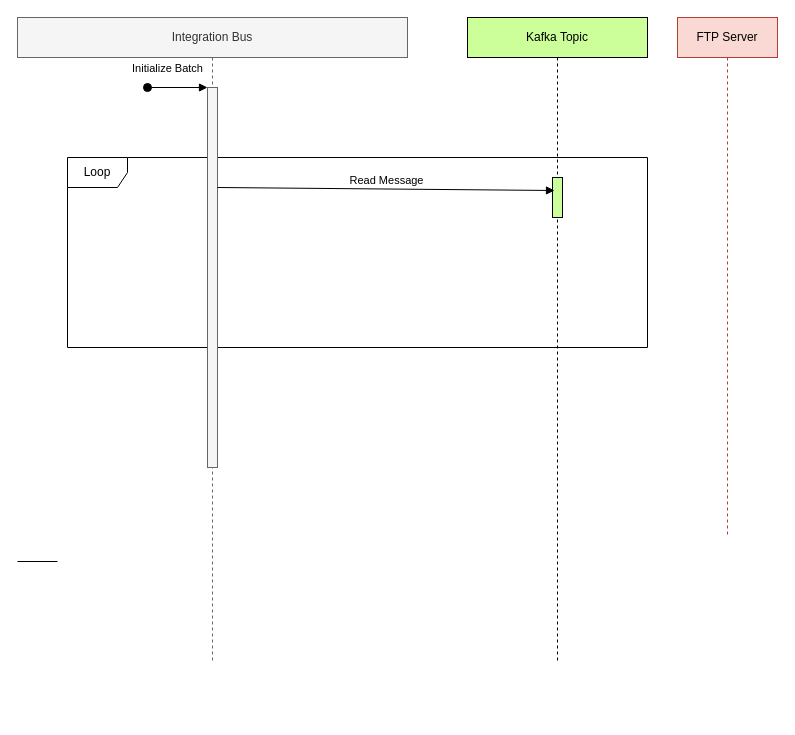
Before: page "KafkatoMainframe" (2 of 5) of Copy of sequence_diagram.drawio in div4u86/Sample, a draw.io diagram. Source tidied: cells renumbered, new cells numbered last; positions are measured from the earlier drawing's top-left corner, leaving out a move shared by most shapes. Both pictures are drawn from the tidied source at 100%, with x=0, y=0 at pixel (17, 17).
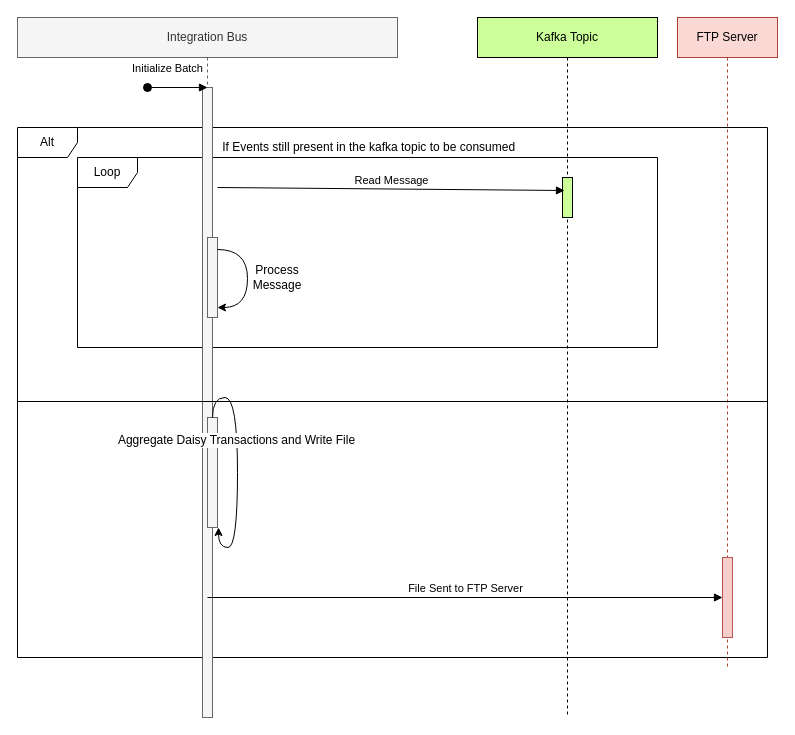
The same diagram, later.

What changed in the source:
```diff
@@
+    <mxCell id="11" value="Alt" style="shape=umlFrame;whiteSpace=wrap;html=1;" parent="1" vertex="1">
+      <mxGeometry y="110" width="750" height="530" as="geometry" />
+    </mxCell>
+    <mxCell id="5" value="FTP Server&lt;br&gt;" style="shape=umlLifeline;perimeter=lifelinePerimeter;whiteSpace=wrap;html=1;fillColor=#fad9d5;strokeColor=#ae4132;" parent="1" vertex="1">
+      <mxGeometry x="660" width="100" height="650" as="geometry" />
+    </mxCell>
+    <mxCell id="12" style="html=1;points=[];perimeter=orthogonalPerimeter;fillColor=#f8cecc;strokeColor=#b85450;" parent="5" vertex="1">
+      <mxGeometry x="45" y="540" width="10" height="80" as="geometry" />
+    </mxCell>
+    <mxCell id="13" style="group;" parent="1" vertex="1">
+      <mxGeometry x="460" width="180" height="700" as="geometry" />
+    </mxCell>
-    <mxCell id="2" value="Kafka Topic" style="shape=umlLifeline;perimeter=lifelinePerimeter;whiteSpace=wrap;html=1;fillColor=#CCFF99;" parent="1" vertex="1">
-      <mxGeometry x="450" width="180" height="644" as="geometry" />
+    <mxCell id="2" value="Kafka Topic" style="shape=umlLifeline;perimeter=lifelinePerimeter;whiteSpace=wrap;html=1;fillColor=#CCFF99;" parent="13" vertex="1">
+      <mxGeometry width="180" height="700" as="geometry" />
     </mxCell>
@@
-    <mxCell id="5" value="FTP Server&lt;br&gt;" style="shape=umlLifeline;perimeter=lifelinePerimeter;whiteSpace=wrap;html=1;fillColor=#fad9d5;strokeColor=#ae4132;" parent="1" vertex="1">
-      <mxGeometry x="660" width="100" height="520" as="geometry" />
-    </mxCell>
-    <mxCell id="6" style="line;strokeWidth=1;fillColor=none;align=left;verticalAlign=middle;spacingTop=-1;spacingLeft=3;spacingRight=3;labelPosition=right;" parent="1" vertex="1">
-      <mxGeometry y="540" width="40" height="8" as="geometry" />
-    </mxCell>
-    <mxCell id="7" value="Integration Bus" style="shape=umlLifeline;perimeter=lifelinePerimeter;whiteSpace=wrap;html=1;fillColor=#f5f5f5;strokeColor=#666666;fontColor=#333333;" parent="1" vertex="1">
-      <mxGeometry width="390" height="644" as="geometry" />
+    <mxCell id="7" value="Integration Bus" style="shape=umlLifeline;perimeter=lifelinePerimeter;whiteSpace=wrap;html=1;fillColor=#f5f5f5;strokeColor=#666666;fontColor=#333333;" parent="2" vertex="1">
+      <mxGeometry x="-460" width="380" height="700" as="geometry" />
     </mxCell>
     <mxCell id="8" style="html=1;perimeter=orthogonalPerimeter;fillColor=#f5f5f5;strokeColor=#666666;fontColor=#333333;" parent="7" vertex="1">
-      <mxGeometry x="190" y="70" width="10" height="380" as="geometry" />
+      <mxGeometry x="185" y="70" width="10" height="630" as="geometry" />
     </mxCell>
@@
+    <mxCell id="14" value="Process Message" style="text;html=1;strokeColor=none;fillColor=none;align=center;verticalAlign=middle;whiteSpace=wrap;rounded=0;" parent="7" vertex="1">
+      <mxGeometry x="240" y="250" width="40" height="20" as="geometry" />
+    </mxCell>
+    <mxCell id="15" value="&amp;nbsp; &amp;nbsp; &amp;nbsp; &amp;nbsp; &amp;nbsp; &amp;nbsp; &amp;nbsp; &amp;nbsp; &amp;nbsp; &amp;nbsp; &amp;nbsp; If Events still present in the kafka topic to be consumed" style="text;html=1;strokeColor=none;fillColor=none;align=center;verticalAlign=middle;whiteSpace=wrap;rounded=0;" parent="7" vertex="1">
+      <mxGeometry x="80" y="120" width="470" height="20" as="geometry" />
+    </mxCell>
+    <mxCell id="16" style="line;strokeWidth=1;fillColor=none;align=left;verticalAlign=middle;spacingTop=-1;spacingLeft=3;spacingRight=3;labelPosition=right;" parent="7" vertex="1">
+      <mxGeometry y="380" width="750" height="8" as="geometry" />
+    </mxCell>
+    <mxCell id="17" style="html=1;points=[];perimeter=orthogonalPerimeter;fillColor=#f5f5f5;strokeColor=#666666;fontColor=#333333;" parent="7" vertex="1">
+      <mxGeometry x="190" y="400" width="10" height="110" as="geometry" />
+    </mxCell>
+    <mxCell id="18" style="edgeStyle=orthogonalEdgeStyle;curved=1;orthogonalLoop=1;jettySize=auto;html=1;entryX=1.1;entryY=1;entryDx=0;entryDy=0;entryPerimeter=0;" parent="7" edge="1" source="17" target="17">
+      <mxGeometry relative="1" as="geometry" />
+    </mxCell>
+    <mxCell id="19" value="Aggregate Daisy Transactions and Write File" style="text;html=1;align=center;verticalAlign=middle;labelBackgroundColor=#ffffff;" parent="18" vertex="1">
+      <mxGeometry x="-0.26" y="-2" relative="1" as="geometry" />
+    </mxCell>
+    <mxCell id="20" value="File Sent to FTP Server" style="html=1;verticalAlign=bottom;endArrow=block;" parent="7" edge="1" target="12">
+      <mxGeometry relative="1" as="geometry">
+        <mxPoint x="190" y="580" as="sourcePoint" />
+      </mxGeometry>
+    </mxCell>
+    <mxCell id="21" style="html=1;points=[];perimeter=orthogonalPerimeter;fillColor=#f5f5f5;strokeColor=#666666;fontColor=#333333;" parent="2" vertex="1">
+      <mxGeometry x="-270" y="220" width="10" height="80" as="geometry" />
+    </mxCell>
+    <mxCell id="22" style="edgeStyle=orthogonalEdgeStyle;curved=1;orthogonalLoop=1;jettySize=auto;html=1;exitX=1;exitY=0.15;exitDx=0;exitDy=0;exitPerimeter=0;" parent="2" edge="1" source="21" target="21">
+      <mxGeometry relative="1" as="geometry">
+        <Array as="points">
+          <mxPoint x="-230" y="232" />
+          <mxPoint x="-230" y="290" />
+        </Array>
+      </mxGeometry>
+    </mxCell>
```
